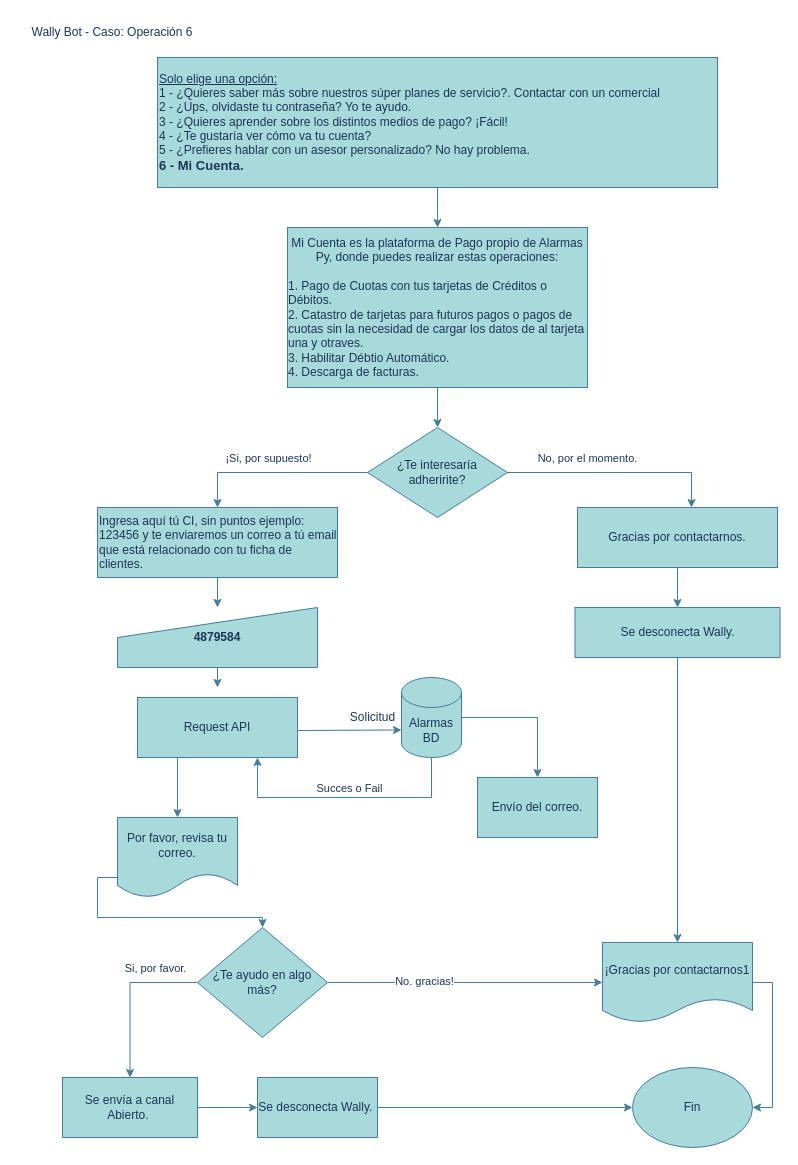
The draw.io diagram page "Opción 6" (2 of 2) of Diagrama sin título.drawio in juanbritezf/mapasMentales, before the edit. Source tidied: cells renumbered, new cells numbered last; positions are measured from the earlier drawing's top-left corner, leaving out a move shared by most shapes. Both pictures are drawn from the tidied source at 100%, with x=0, y=0 at pixel (17, 17).
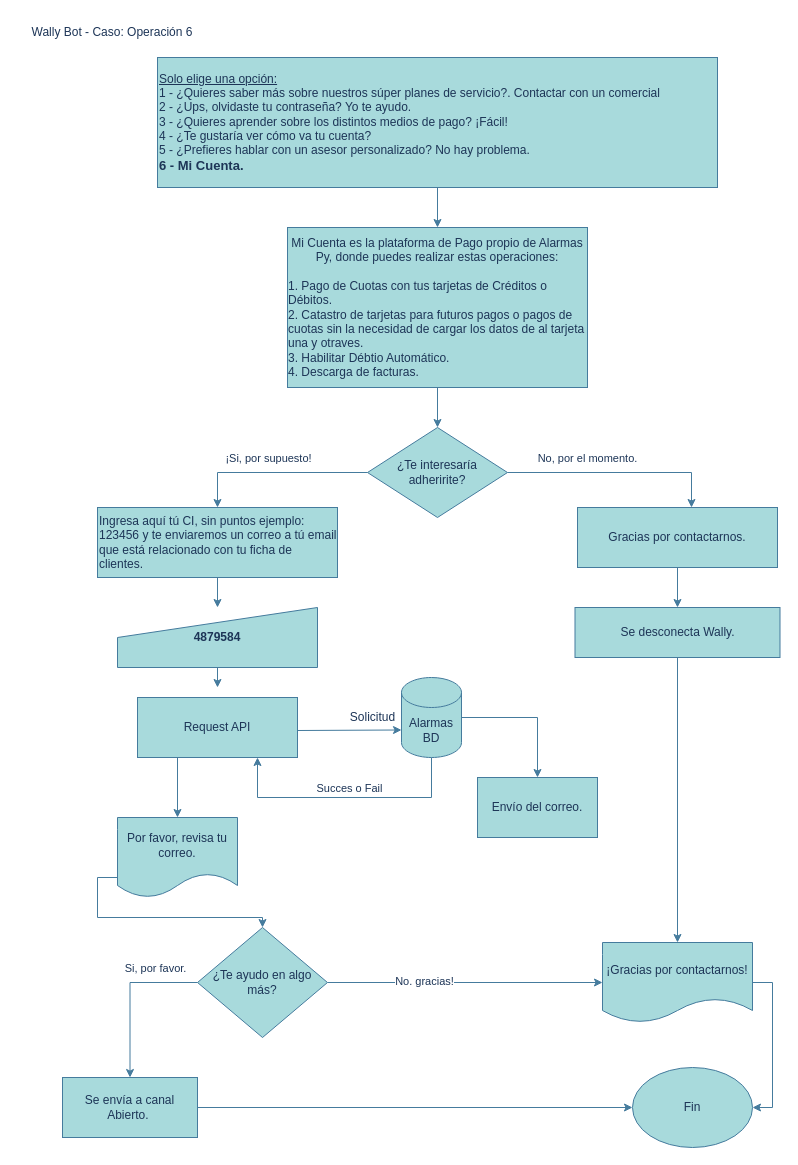
The same diagram, later.

The change refers to these unchanged cells:
```xml
<mxCell id="18" value="Fin" style="ellipse;whiteSpace=wrap;html=1;strokeColor=#457B9D;fontColor=#1D3557;fillColor=#A8DADC;" parent="1" vertex="1">
  <mxGeometry x="615" y="1050" width="120" height="80" as="geometry" />
</mxCell>
<mxCell id="38" value="Se envía a canal Abierto.&amp;nbsp;" style="rounded=0;whiteSpace=wrap;html=1;strokeColor=#457B9D;fontColor=#1D3557;fillColor=#A8DADC;" parent="1" vertex="1">
  <mxGeometry x="45" y="1060" width="135" height="60" as="geometry" />
</mxCell>
```

Change to the diagram source:
```diff
@@
-    <mxCell id="37" style="edgeStyle=orthogonalEdgeStyle;rounded=0;jettySize=auto;html=1;exitX=1;exitY=0.5;exitDx=0;exitDy=0;entryX=0;entryY=0.5;entryDx=0;entryDy=0;strokeColor=#457B9D;fontColor=#1D3557;fillColor=#A8DADC;" parent="1" edge="1" source="38" target="42">
-      <mxGeometry relative="1" as="geometry" />
-    </mxCell>
@@
-    <mxCell id="40" value="¡Gracias por contactarnos1" style="shape=document;whiteSpace=wrap;html=1;boundedLbl=1;strokeColor=#457B9D;fontColor=#1D3557;fillColor=#A8DADC;" parent="1" vertex="1">
+    <mxCell id="40" value="¡Gracias por contactarnos!" style="shape=document;whiteSpace=wrap;html=1;boundedLbl=1;strokeColor=#457B9D;fontColor=#1D3557;fillColor=#A8DADC;" parent="1" vertex="1">
       <mxGeometry x="585" y="925" width="150" height="80" as="geometry" />
     </mxCell>
-    <mxCell id="41" style="edgeStyle=orthogonalEdgeStyle;rounded=0;jettySize=auto;html=1;exitX=1;exitY=0.5;exitDx=0;exitDy=0;entryX=0;entryY=0.5;entryDx=0;entryDy=0;strokeColor=#457B9D;fontColor=#1D3557;fillColor=#A8DADC;" parent="1" edge="1" source="42" target="18">
+    <mxCell id="41" style="edgeStyle=orthogonalEdgeStyle;rounded=0;jettySize=auto;html=1;entryX=0;entryY=0.5;entryDx=0;entryDy=0;strokeColor=#457B9D;fontColor=#1D3557;fillColor=#A8DADC;exitX=1;exitY=0.5;exitDx=0;exitDy=0;" parent="1" edge="1" source="38" target="18">
       <mxGeometry relative="1" as="geometry" />
     </mxCell>
-    <mxCell id="42" value="Se desconecta Wally.&amp;nbsp;" style="rounded=0;whiteSpace=wrap;html=1;strokeColor=#457B9D;fontColor=#1D3557;fillColor=#A8DADC;" parent="1" vertex="1">
-      <mxGeometry x="240" y="1060" width="120" height="60" as="geometry" />
-    </mxCell>
```
